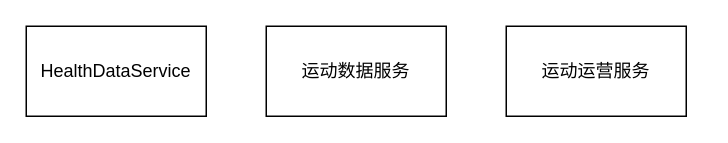
Before: 运动健康云1层架构.drawio in HuaHero/interview, a draw.io diagram. Source tidied: cells renumbered, new cells numbered last; positions are measured from the earlier drawing's top-left corner, leaving out a move shared by most shapes. Both pictures are drawn from the tidied source at 150%, with x=0, y=0 at pixel (26, 26).
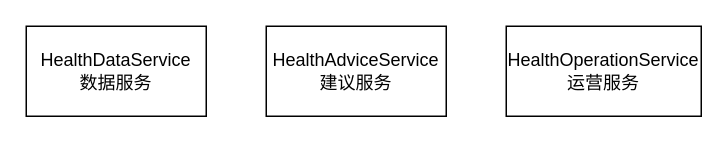
The same page after the edit.

Commit message (it also covers changes not shown here):
更新运动健康云1层架构.drawio

The edit, as a diff of the source:
```diff
@@
 <mxGraphModel>
   <root>
     <mxCell id="0" />
     <mxCell id="1" parent="0" />
-    <mxCell id="2" value="运动数据服务" style="rounded=0;whiteSpace=wrap;html=1;" parent="1" vertex="1">
+    <mxCell id="2" value="HealthAdviceService&lt;br&gt;建议服务" style="rounded=0;whiteSpace=wrap;html=1;" parent="1" vertex="1">
       <mxGeometry x="160" width="120" height="60" as="geometry" />
     </mxCell>
-    <mxCell id="3" value="HealthDataService" style="rounded=0;whiteSpace=wrap;html=1;" parent="1" vertex="1">
+    <mxCell id="3" value="HealthDataService&lt;br&gt;数据服务" style="rounded=0;whiteSpace=wrap;html=1;" parent="1" vertex="1">
       <mxGeometry width="120" height="60" as="geometry" />
     </mxCell>
-    <mxCell id="4" value="运动运营服务" style="rounded=0;whiteSpace=wrap;html=1;" parent="1" vertex="1">
-      <mxGeometry x="320" width="120" height="60" as="geometry" />
+    <mxCell id="4" value="HealthOperationService&lt;br&gt;运营服务" style="rounded=0;whiteSpace=wrap;html=1;" parent="1" vertex="1">
+      <mxGeometry x="320" width="130" height="60" as="geometry" />
     </mxCell>
   </root>
 </mxGraphModel>
```
